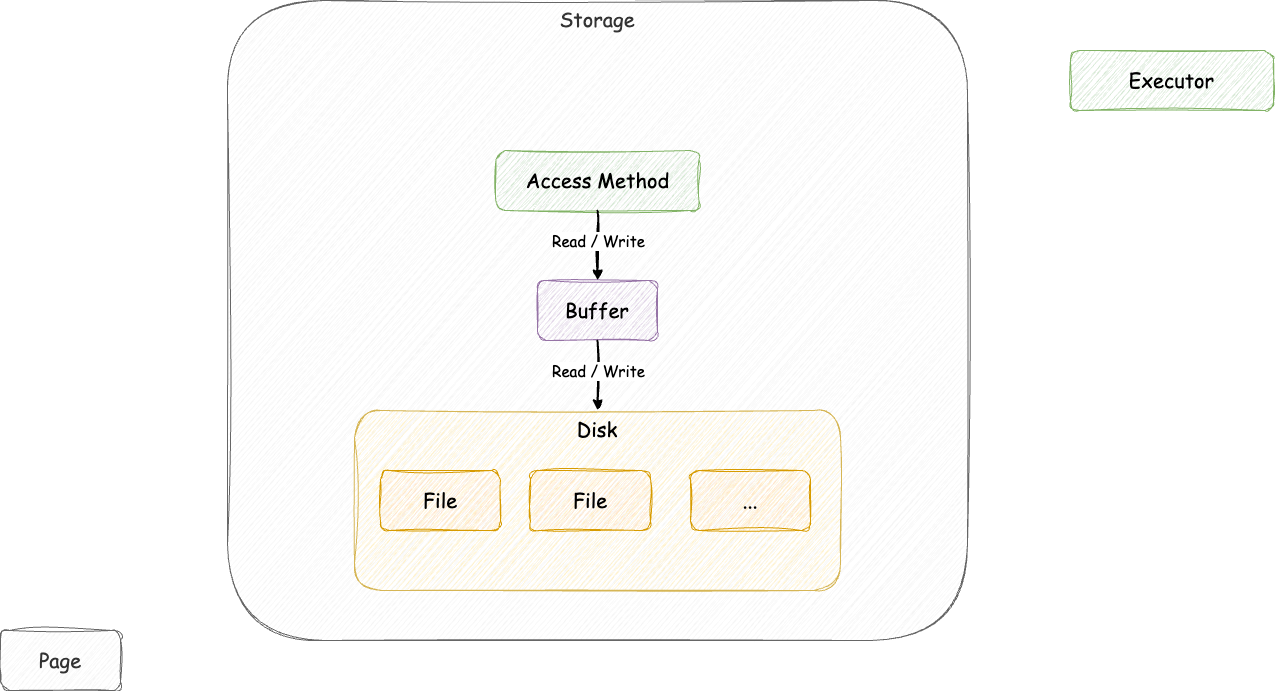
Above: docs/architecture/architecture.drawio.png in ren-yamanashi/minesql (draw.io), before the change. Source tidied: cells renumbered, new cells last; positions are measured from the earlier drawing's top-left corner, leaving out a move shared by most shapes.
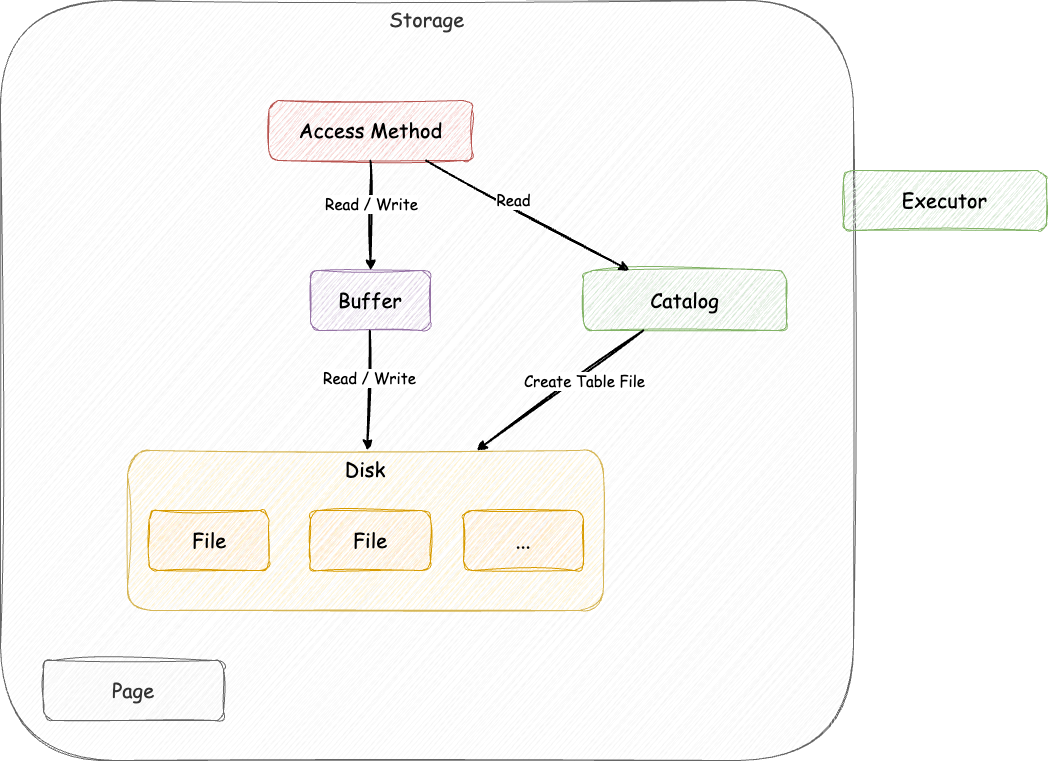
After the commit.

Change to the diagram source:
```diff
@@ -3,19 +3,19 @@
     <mxCell id="0" />
     <mxCell id="1" parent="0" />
     <mxCell id="2" value="&lt;font face=&quot;Comic Sans MS&quot;&gt;Storage&lt;/font&gt;" style="rounded=1;whiteSpace=wrap;html=1;sketch=1;curveFitting=1;jiggle=2;fontSize=20;fillColor=#f5f5f5;strokeColor=#666666;verticalAlign=top;fontColor=#333333;" parent="1" vertex="1">
-      <mxGeometry x="227" width="740" height="640" as="geometry" />
+      <mxGeometry x="227" y="-120" width="853" height="760" as="geometry" />
     </mxCell>
     <mxCell id="3" value="&lt;font face=&quot;Comic Sans MS&quot;&gt;Disk&lt;/font&gt;" style="rounded=1;whiteSpace=wrap;html=1;sketch=1;curveFitting=1;jiggle=2;fontSize=20;horizontal=1;verticalAlign=top;fillColor=#fff2cc;strokeColor=#d6b656;" parent="1" vertex="1">
-      <mxGeometry x="354" y="410" width="486" height="180" as="geometry" />
+      <mxGeometry x="354" y="330" width="476" height="160" as="geometry" />
     </mxCell>
     <mxCell id="4" value="&lt;font face=&quot;Comic Sans MS&quot;&gt;Page&lt;/font&gt;" style="rounded=1;whiteSpace=wrap;html=1;sketch=1;curveFitting=1;jiggle=2;fontSize=20;fillColor=#f5f5f5;fontColor=#333333;strokeColor=#666666;" parent="1" vertex="1">
-      <mxGeometry y="630" width="120" height="60" as="geometry" />
+      <mxGeometry x="270" y="540" width="180" height="60" as="geometry" />
     </mxCell>
     <mxCell id="5" value="&lt;font face=&quot;Comic Sans MS&quot;&gt;File&lt;/font&gt;" style="rounded=1;whiteSpace=wrap;html=1;sketch=1;curveFitting=1;jiggle=2;fontSize=20;fillColor=#ffe6cc;strokeColor=#d79b00;" parent="1" vertex="1">
-      <mxGeometry x="380" y="470" width="120" height="60" as="geometry" />
+      <mxGeometry x="375.5" y="390" width="120" height="60" as="geometry" />
     </mxCell>
     <mxCell id="6" value="&lt;font face=&quot;Comic Sans MS&quot;&gt;Buffer&lt;/font&gt;" style="rounded=1;whiteSpace=wrap;html=1;sketch=1;curveFitting=1;jiggle=2;fontSize=20;fillColor=#e1d5e7;strokeColor=#9673a6;" parent="1" vertex="1">
-      <mxGeometry x="537" y="280" width="120" height="60" as="geometry" />
+      <mxGeometry x="537" y="150" width="120" height="60" as="geometry" />
     </mxCell>
     <mxCell id="7" style="endArrow=classic;html=1;sketch=1;curveFitting=1;jiggle=2;strokeWidth=2;" parent="1" edge="1" source="6" target="3">
       <mxGeometry relative="1" as="geometry" />
@@ -26,13 +26,13 @@
       </mxGeometry>
     </mxCell>
     <mxCell id="9" value="&lt;font face=&quot;Comic Sans MS&quot;&gt;File&lt;br&gt;&lt;/font&gt;" style="rounded=1;whiteSpace=wrap;html=1;sketch=1;curveFitting=1;jiggle=2;fontSize=20;fillColor=#ffe6cc;strokeColor=#d79b00;" parent="1" vertex="1">
-      <mxGeometry x="530" y="470" width="120" height="60" as="geometry" />
+      <mxGeometry x="537" y="390" width="120" height="60" as="geometry" />
     </mxCell>
     <mxCell id="10" value="&lt;font face=&quot;Comic Sans MS&quot;&gt;...&lt;/font&gt;" style="rounded=1;whiteSpace=wrap;html=1;sketch=1;curveFitting=1;jiggle=2;fontSize=20;fillColor=#ffe6cc;strokeColor=#d79b00;" parent="1" vertex="1">
-      <mxGeometry x="690" y="470" width="120" height="60" as="geometry" />
+      <mxGeometry x="690" y="390" width="120" height="60" as="geometry" />
     </mxCell>
-    <mxCell id="11" value="&lt;font face=&quot;Comic Sans MS&quot;&gt;Access Method&lt;/font&gt;" style="rounded=1;whiteSpace=wrap;html=1;sketch=1;curveFitting=1;jiggle=2;fontSize=20;fillColor=#d5e8d4;strokeColor=#82b366;" parent="1" vertex="1">
-      <mxGeometry x="495.5" y="150" width="203" height="60" as="geometry" />
+    <mxCell id="11" value="&lt;font face=&quot;Comic Sans MS&quot;&gt;Access Method&lt;/font&gt;" style="rounded=1;whiteSpace=wrap;html=1;sketch=1;curveFitting=1;jiggle=2;fontSize=20;fillColor=#f8cecc;strokeColor=#b85450;" parent="1" vertex="1">
+      <mxGeometry x="495.5" y="-20" width="203" height="60" as="geometry" />
     </mxCell>
     <mxCell id="12" style="endArrow=classic;html=1;sketch=1;curveFitting=1;jiggle=2;strokeWidth=2;" parent="1" edge="1" source="11" target="6">
       <mxGeometry relative="1" as="geometry" />
@@ -45,5 +45,24 @@
     <mxCell id="14" value="&lt;font face=&quot;Comic Sans MS&quot;&gt;Executor&lt;/font&gt;" style="rounded=1;whiteSpace=wrap;html=1;sketch=1;curveFitting=1;jiggle=2;fontSize=20;fillColor=#d5e8d4;strokeColor=#82b366;" parent="1" vertex="1">
       <mxGeometry x="1070" y="50" width="203" height="60" as="geometry" />
     </mxCell>
+    <mxCell id="15" value="&lt;font face=&quot;Comic Sans MS&quot;&gt;Catalog&lt;/font&gt;" style="rounded=1;whiteSpace=wrap;html=1;sketch=1;curveFitting=1;jiggle=2;fontSize=20;fillColor=#d5e8d4;strokeColor=#82b366;" parent="1" vertex="1">
+      <mxGeometry x="810" y="150" width="203" height="60" as="geometry" />
+    </mxCell>
+    <mxCell id="16" style="endArrow=classic;html=1;sketch=1;curveFitting=1;jiggle=2;strokeWidth=2;" parent="1" edge="1" source="15" target="3">
+      <mxGeometry relative="1" as="geometry" />
+    </mxCell>
+    <mxCell id="17" value="&lt;font face=&quot;Comic Sans MS&quot;&gt;&lt;span style=&quot;font-size: 15px;&quot;&gt;Create Table File&lt;/span&gt;&lt;/font&gt;" style="edgeLabel;html=1;align=center;verticalAlign=middle;" parent="16" vertex="1">
+      <mxGeometry x="-0.3" y="4" relative="1" as="geometry">
+        <mxPoint x="-4" y="5" as="offset" />
+      </mxGeometry>
+    </mxCell>
+    <mxCell id="18" style="endArrow=classic;html=1;sketch=1;curveFitting=1;jiggle=2;strokeWidth=2;" parent="1" edge="1" source="11" target="15">
+      <mxGeometry relative="1" as="geometry" />
+    </mxCell>
+    <mxCell id="19" value="&lt;font face=&quot;Comic Sans MS&quot; style=&quot;font-size: 15px;&quot;&gt;Read&lt;/font&gt;" style="edgeLabel;html=1;align=center;verticalAlign=middle;" parent="18" vertex="1">
+      <mxGeometry x="-0.3" y="4" relative="1" as="geometry">
+        <mxPoint x="13" y="4" as="offset" />
+      </mxGeometry>
+    </mxCell>
   </root>
 </mxGraphModel>
```
